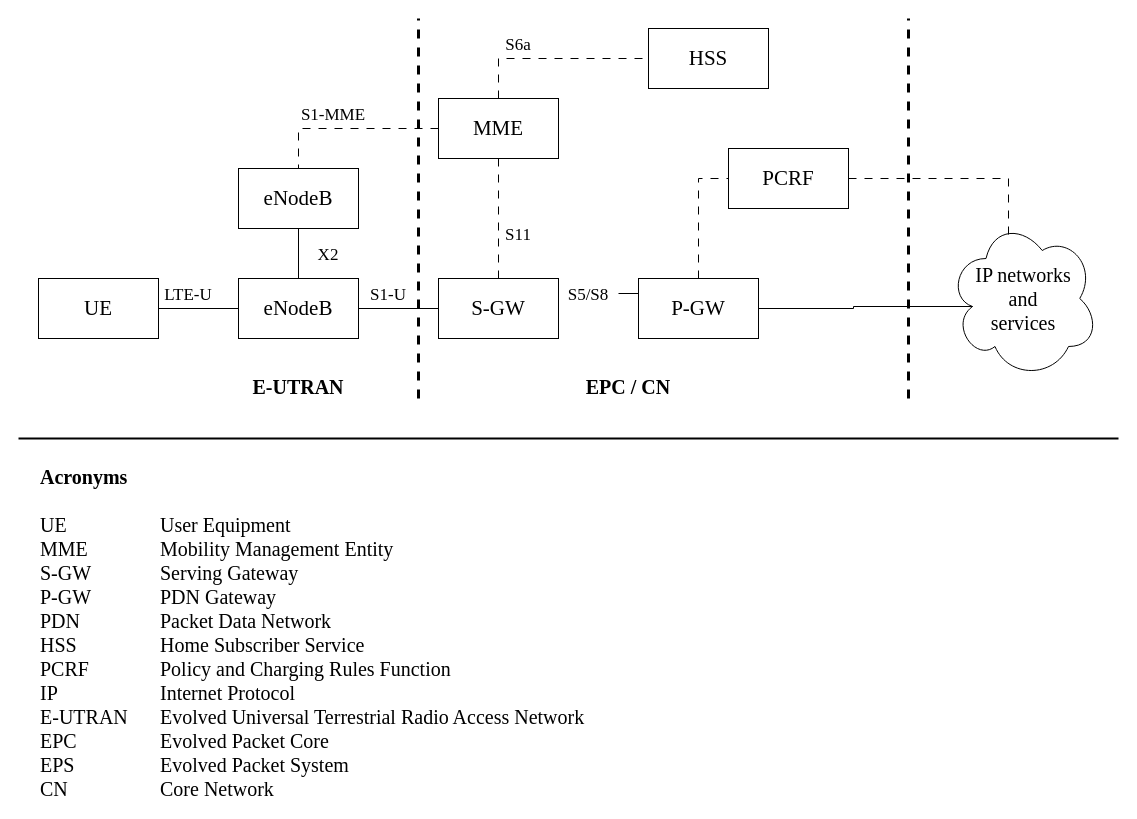
Above: OFDM.drawio in troders34/research (draw.io), before the change. Source tidied: cells renumbered, new cells numbered last; positions are measured from the earlier drawing's top-left corner, leaving out a move shared by most shapes. Both pictures are drawn from the tidied source at 100%, with x=0, y=0 at pixel (18, 18).
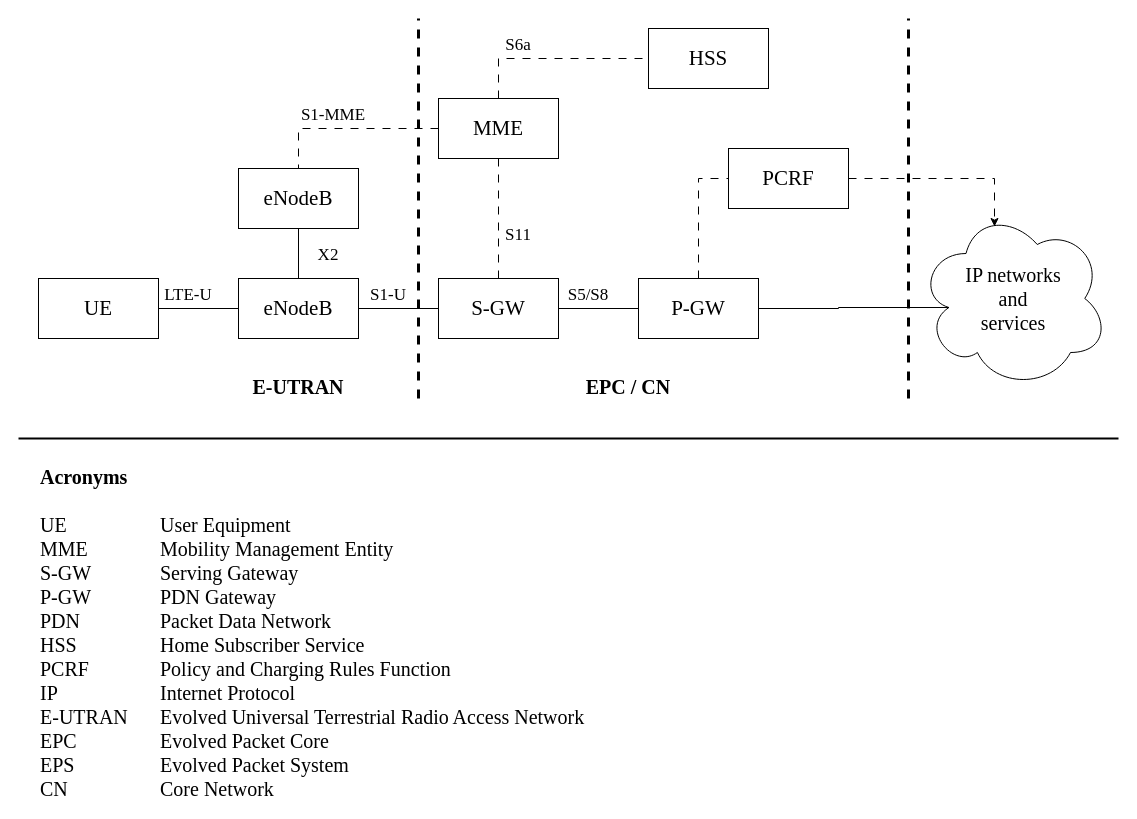
The same page after the edit.

Unchanged cells that the change refers to:
```xml
<mxCell id="12" value="S-GW" style="rounded=0;whiteSpace=wrap;html=1;fontFamily=Times New Roman;verticalAlign=middle;fontSize=21;" parent="1" vertex="1">
  <mxGeometry x="420" y="260" width="120" height="60" as="geometry" />
</mxCell>
<mxCell id="14" value="P-GW" style="rounded=0;whiteSpace=wrap;html=1;fontFamily=Times New Roman;verticalAlign=middle;fontSize=21;" parent="1" vertex="1">
  <mxGeometry x="620" y="260" width="120" height="60" as="geometry" />
</mxCell>
<mxCell id="16" value="PCRF" style="rounded=0;whiteSpace=wrap;html=1;fontFamily=Times New Roman;verticalAlign=middle;fontSize=21;" parent="1" vertex="1">
  <mxGeometry x="710" y="130" width="120" height="60" as="geometry" />
</mxCell>
<mxCell id="34" value="S5/S8" style="text;html=1;align=center;verticalAlign=top;whiteSpace=wrap;rounded=0;fontFamily=Times New Roman;fontSize=17;" parent="1" vertex="1">
  <mxGeometry x="540" y="260" width="60" height="30" as="geometry" />
</mxCell>
```

Diff of the diagram source:
```diff
@@
-    <mxCell id="11" style="edgeStyle=orthogonalEdgeStyle;rounded=0;jettySize=auto;html=1;exitX=1;exitY=0.5;exitDx=0;exitDy=0;entryX=0;entryY=0.5;entryDx=0;entryDy=0;endArrow=none;startFill=0;fontFamily=Times New Roman;verticalAlign=top;" parent="1" edge="1" source="34" target="14">
-      <mxGeometry relative="1" as="geometry" />
-    </mxCell>
+    <mxCell id="35" style="edgeStyle=orthogonalEdgeStyle;rounded=0;jettySize=auto;html=1;exitX=1;exitY=0.5;exitDx=0;exitDy=0;entryX=0;entryY=0.5;entryDx=0;entryDy=0;endArrow=none;startFill=0;" parent="1" edge="1" source="12" target="14">
+      <mxGeometry relative="1" as="geometry" />
+    </mxCell>
@@
     <mxCell id="17" value="IP networks&lt;div&gt;and&lt;/div&gt;&lt;div&gt;services&lt;/div&gt;" style="ellipse;shape=cloud;whiteSpace=wrap;html=1;fontFamily=Times New Roman;verticalAlign=middle;fontSize=20;" parent="1" vertex="1">
-      <mxGeometry x="930" y="200" width="150" height="160" as="geometry" />
+      <mxGeometry x="900" y="190" width="190" height="180" as="geometry" />
     </mxCell>
@@
-    <mxCell id="24" style="edgeStyle=orthogonalEdgeStyle;rounded=0;jettySize=auto;html=1;exitX=1;exitY=0.5;exitDx=0;exitDy=0;entryX=0.4;entryY=0.1;entryDx=0;entryDy=0;entryPerimeter=0;dashed=1;dashPattern=8 8;endArrow=none;startFill=0;fontFamily=Times New Roman;verticalAlign=top;" parent="1" edge="1" source="16" target="17">
-      <mxGeometry relative="1" as="geometry" />
-    </mxCell>
@@
-    <mxCell id="33" style="edgeStyle=orthogonalEdgeStyle;rounded=0;jettySize=auto;html=1;exitX=1;exitY=0.5;exitDx=0;exitDy=0;entryX=0;entryY=0.5;entryDx=0;entryDy=0;endArrow=none;startFill=0;fontFamily=Times New Roman;verticalAlign=top;" parent="1" edge="1" source="12" target="34">
-      <mxGeometry relative="1" as="geometry" />
-    </mxCell>
@@
+    <mxCell id="24" style="edgeStyle=orthogonalEdgeStyle;rounded=0;jettySize=auto;html=1;exitX=1;exitY=0.5;exitDx=0;exitDy=0;entryX=0.4;entryY=0.1;entryDx=0;entryDy=0;entryPerimeter=0;dashed=1;dashPattern=8 8;" parent="1" edge="1" source="16" target="17">
+      <mxGeometry relative="1" as="geometry">
+        <Array as="points">
+          <mxPoint x="976" y="160" />
+        </Array>
+      </mxGeometry>
+    </mxCell>
```
